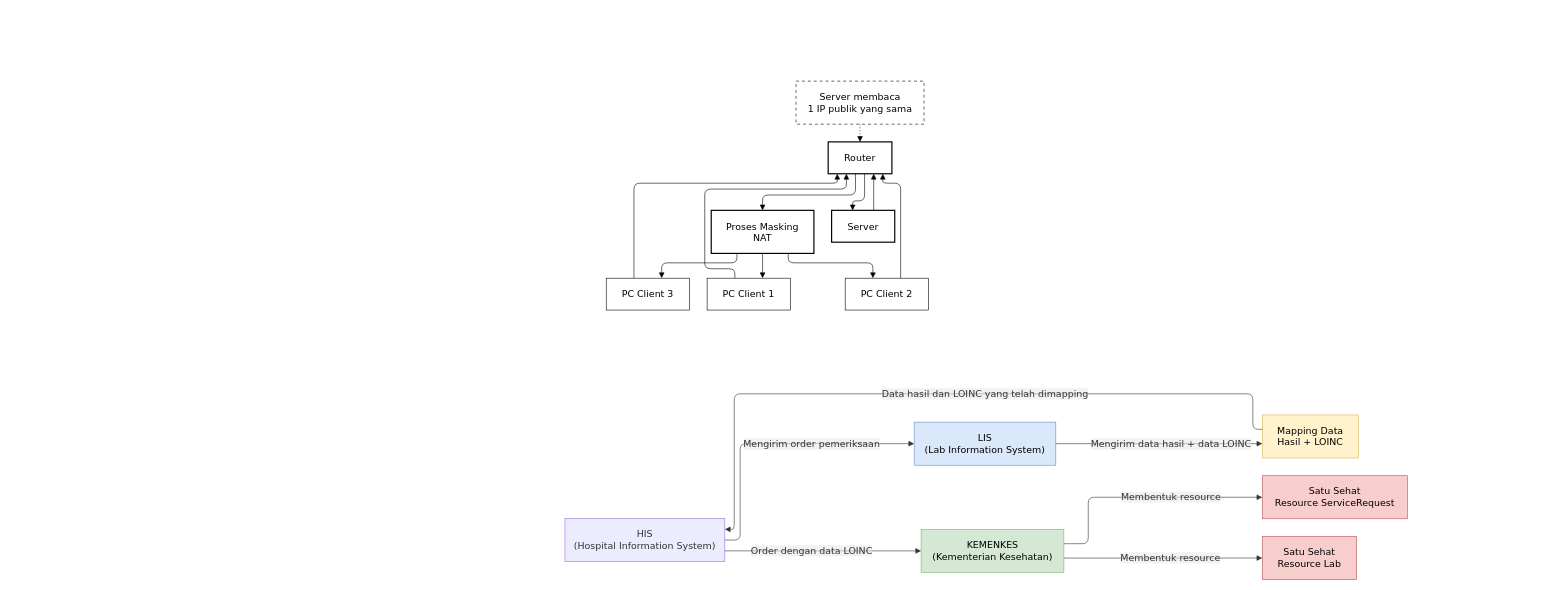
This is satu sehat lab royal.drawio from Akhmad-R-tera/diagram_job, a draw.io file, before an edit. Source tidied: cells renumbered, new cells numbered last; positions are measured from the earlier drawing's top-left corner, leaving out a move shared by most shapes. Both pictures are drawn from the tidied source at 59%, with x=0, y=0 at pixel (10, 10).
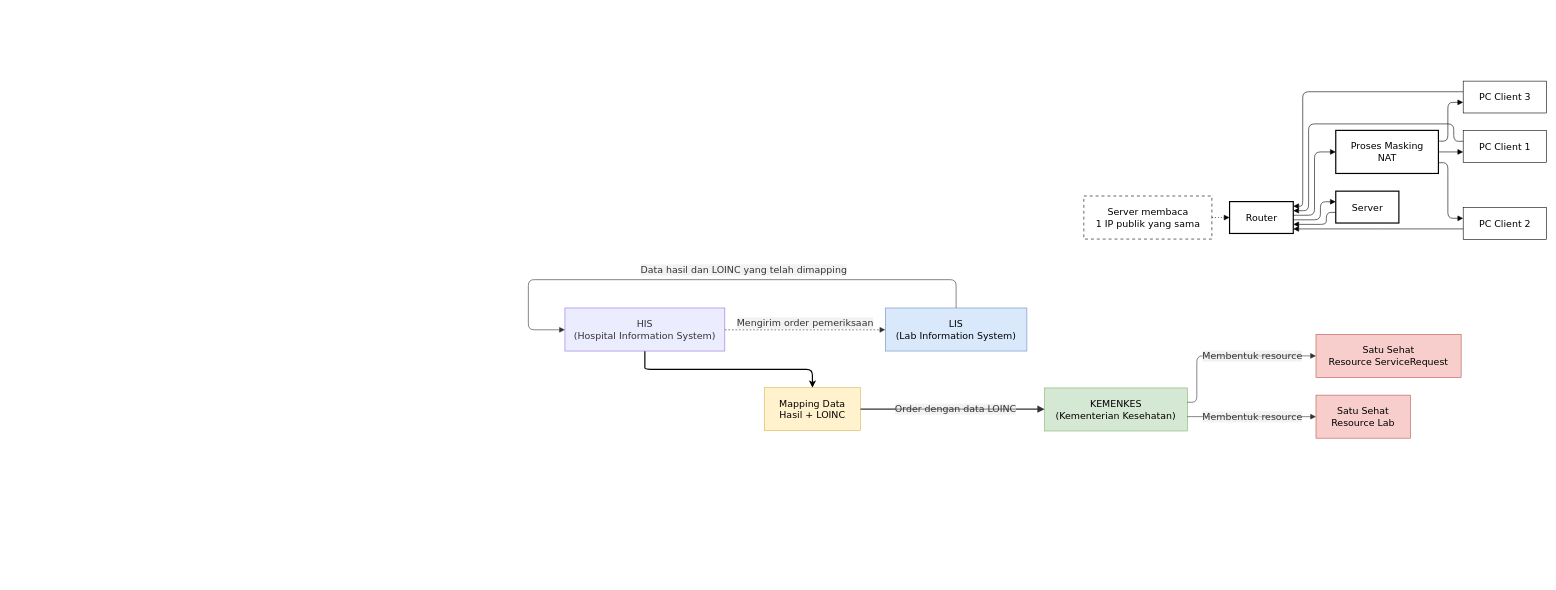
After the change.

Unchanged cells that the change refers to:
```xml
<mxCell id="2" style="group;transparentBounds=1;editIcon=1;lockedGroup=0;groupPadding=10;rounded=0;labelBackgroundColor=none;" parent="1" vertex="1">
  <mxGeometry x="543" as="geometry" />
</mxCell>
<mxCell id="20" style="group;transparentBounds=1;editIcon=1;lockedGroup=0;groupPadding=10;" parent="1" vertex="1">
  <mxGeometry as="geometry" />
</mxCell>
```

Diff of the diagram source:
```diff
@@
     <mxCell id="3" value="Server" style="html=1;whiteSpace=wrap;strokeWidth=2;fontFamily=Trebuchet MS,Verdana,Arial,sans-serif;fontSize=16;rounded=0;labelBackgroundColor=none;" parent="2" vertex="1">
-      <mxGeometry x="849" y="339" width="107" height="54" as="geometry" />
+      <mxGeometry x="1703.5" y="306.5" width="107" height="54" as="geometry" />
     </mxCell>
     <mxCell id="4" value="Router" style="html=1;whiteSpace=wrap;strokeWidth=2;fontFamily=Trebuchet MS,Verdana,Arial,sans-serif;fontSize=16;rounded=0;labelBackgroundColor=none;" parent="2" vertex="1">
-      <mxGeometry x="843.2" y="223" width="108" height="54" as="geometry" />
+      <mxGeometry x="1523.5" y="324.2" width="108" height="54" as="geometry" />
     </mxCell>
     <mxCell id="5" value="Proses Masking&#10;NAT" style="html=1;whiteSpace=wrap;strokeWidth=2;fontFamily=Trebuchet MS,Verdana,Arial,sans-serif;fontSize=16;rounded=0;labelBackgroundColor=none;" parent="2" vertex="1">
-      <mxGeometry x="645" y="339" width="174" height="73" as="geometry" />
+      <mxGeometry x="1703.5" y="203.5" width="174" height="73" as="geometry" />
     </mxCell>
     <mxCell id="6" value="PC Client 1" style="html=1;whiteSpace=wrap;strokeWidth=1;fontFamily=Trebuchet MS,Verdana,Arial,sans-serif;fontSize=16;rounded=0;labelBackgroundColor=none;" parent="2" vertex="1">
-      <mxGeometry x="638" y="454" width="141" height="54" as="geometry" />
+      <mxGeometry x="1919.5" y="204" width="141" height="54" as="geometry" />
     </mxCell>
     <mxCell id="7" value="PC Client 2" style="html=1;whiteSpace=wrap;strokeWidth=1;fontFamily=Trebuchet MS,Verdana,Arial,sans-serif;fontSize=16;rounded=0;labelBackgroundColor=none;" parent="2" vertex="1">
-      <mxGeometry x="872" y="454" width="141" height="54" as="geometry" />
+      <mxGeometry x="1919.5" y="334.5" width="141" height="54" as="geometry" />
     </mxCell>
     <mxCell id="8" value="PC Client 3" style="html=1;whiteSpace=wrap;strokeWidth=1;fontFamily=Trebuchet MS,Verdana,Arial,sans-serif;fontSize=16;rounded=0;labelBackgroundColor=none;" parent="2" vertex="1">
-      <mxGeometry x="467" y="454" width="141" height="54" as="geometry" />
+      <mxGeometry x="1919.5" y="120" width="141" height="54" as="geometry" />
     </mxCell>
     <mxCell id="9" value="Server membaca&#10;1 IP publik yang sama" style="html=1;whiteSpace=wrap;strokeWidth=1;fontFamily=Trebuchet MS,Verdana,Arial,sans-serif;fontSize=16;dashed=1;dashPattern=5 5;fixDash=1;rounded=0;labelBackgroundColor=none;" parent="2" vertex="1">
-      <mxGeometry x="788.7" y="120" width="217" height="73" as="geometry" />
+      <mxGeometry x="1276.5" y="314.7" width="217" height="73" as="geometry" />
     </mxCell>
-    <mxCell id="10" style="curved=0;startArrow=none;endArrow=block;endSize=7;rounded=1;labelBackgroundColor=none;fontColor=default;edgeStyle=orthogonalEdgeStyle;exitX=0.6666;exitY=0;entryX=0.7143;entryY=1;" parent="2" edge="1" source="3" target="4">
+    <mxCell id="10" style="curved=0;startArrow=none;endArrow=block;endSize=7;rounded=1;labelBackgroundColor=none;fontColor=default;edgeStyle=orthogonalEdgeStyle;exitX=0;exitY=0.6667;entryX=1;entryY=0.7144;" parent="2" edge="1" source="3" target="4">
       <mxGeometry relative="1" as="geometry">
         <Array as="points">
-          <mxPoint x="920.3" y="308" />
+          <mxPoint x="1687.5" y="342.5" />
+          <mxPoint x="1687.5" y="362.8" />
         </Array>
       </mxGeometry>
     </mxCell>
-    <mxCell id="11" style="curved=0;startArrow=none;endArrow=block;endSize=7;rounded=1;labelBackgroundColor=none;fontColor=default;edgeStyle=orthogonalEdgeStyle;exitX=0.4286;exitY=1;entryX=0.5;entryY=0;" parent="2" edge="1" source="4" target="5">
+    <mxCell id="11" style="curved=0;startArrow=none;endArrow=block;endSize=7;rounded=1;labelBackgroundColor=none;fontColor=default;edgeStyle=orthogonalEdgeStyle;exitX=1;exitY=0.4287;entryX=0;entryY=0.5;" parent="2" edge="1" source="4" target="5">
       <mxGeometry relative="1" as="geometry">
         <Array as="points">
-          <mxPoint x="889.5" y="313" />
-          <mxPoint x="732" y="313" />
+          <mxPoint x="1667.5" y="347.4" />
+          <mxPoint x="1667.5" y="240" />
         </Array>
       </mxGeometry>
     </mxCell>
-    <mxCell id="12" style="curved=0;startArrow=none;endArrow=block;endSize=7;rounded=1;labelBackgroundColor=none;fontColor=default;edgeStyle=orthogonalEdgeStyle;exitX=0.5;exitY=1;entryX=0.6667;entryY=0;" parent="2" edge="1" source="5" target="6">
+    <mxCell id="12" style="curved=0;startArrow=none;endArrow=block;endSize=7;rounded=1;labelBackgroundColor=none;fontColor=default;edgeStyle=orthogonalEdgeStyle;exitX=1;exitY=0.5;entryX=0;entryY=0.6667;" parent="2" edge="1" source="5" target="6">
       <mxGeometry relative="1" as="geometry">
         <Array as="points">
-          <mxPoint x="732" y="433" />
+          <mxPoint x="1898.5" y="240" />
         </Array>
       </mxGeometry>
     </mxCell>
-    <mxCell id="13" style="curved=0;startArrow=none;endArrow=block;endSize=7;rounded=1;labelBackgroundColor=none;fontColor=default;edgeStyle=orthogonalEdgeStyle;exitX=0.75;exitY=1;entryX=0.3333;entryY=0;" parent="2" edge="1" source="5" target="7">
+    <mxCell id="13" style="curved=0;startArrow=none;endArrow=block;endSize=7;rounded=1;labelBackgroundColor=none;fontColor=default;edgeStyle=orthogonalEdgeStyle;exitX=1;exitY=0.75;entryX=0;entryY=0.3333;" parent="2" edge="1" source="5" target="7">
       <mxGeometry relative="1" as="geometry">
         <Array as="points">
-          <mxPoint x="775.5" y="428" />
-          <mxPoint x="919" y="428" />
+          <mxPoint x="1893.5" y="258.2" />
+          <mxPoint x="1893.5" y="352.5" />
         </Array>
       </mxGeometry>
     </mxCell>
-    <mxCell id="14" style="curved=0;startArrow=none;endArrow=block;endSize=7;rounded=1;labelBackgroundColor=none;fontColor=default;edgeStyle=orthogonalEdgeStyle;exitX=0.25;exitY=1;entryX=0.6667;entryY=0;" parent="2" edge="1" source="5" target="8">
+    <mxCell id="14" style="curved=0;startArrow=none;endArrow=block;endSize=7;rounded=1;labelBackgroundColor=none;fontColor=default;edgeStyle=orthogonalEdgeStyle;exitX=1;exitY=0.25;entryX=0;entryY=0.6667;" parent="2" edge="1" source="5" target="8">
       <mxGeometry relative="1" as="geometry">
         <Array as="points">
-          <mxPoint x="688.5" y="428" />
-          <mxPoint x="561" y="428" />
+          <mxPoint x="1893.5" y="221.8" />
+          <mxPoint x="1893.5" y="156" />
         </Array>
       </mxGeometry>
     </mxCell>
-    <mxCell id="15" style="curved=0;startArrow=none;endArrow=block;endSize=7;rounded=1;labelBackgroundColor=none;fontColor=default;edgeStyle=orthogonalEdgeStyle;exitX=0.3333;exitY=0;entryX=0.2857;entryY=1;" parent="2" edge="1" source="6" target="4">
+    <mxCell id="15" style="curved=0;startArrow=none;endArrow=block;endSize=7;rounded=1;labelBackgroundColor=none;fontColor=default;edgeStyle=orthogonalEdgeStyle;exitX=0;exitY=0.3333;entryX=1;entryY=0.2857;" parent="2" edge="1" source="6" target="4">
       <mxGeometry relative="1" as="geometry">
         <Array as="points">
-          <mxPoint x="685" y="438" />
-          <mxPoint x="634" y="438" />
-          <mxPoint x="634" y="303" />
-          <mxPoint x="874" y="303" />
+          <mxPoint x="1903.5" y="222" />
+          <mxPoint x="1903.5" y="192.5" />
+          <mxPoint x="1657.5" y="192.5" />
+          <mxPoint x="1657.5" y="339.6" />
         </Array>
       </mxGeometry>
     </mxCell>
-    <mxCell id="16" style="curved=0;startArrow=none;endArrow=block;endSize=7;rounded=1;labelBackgroundColor=none;fontColor=default;edgeStyle=orthogonalEdgeStyle;exitX=0.6667;exitY=0;entryX=0.8571;entryY=1;" parent="2" edge="1" source="7" target="4">
+    <mxCell id="16" style="curved=0;startArrow=none;endArrow=block;endSize=7;rounded=1;labelBackgroundColor=none;fontColor=default;edgeStyle=orthogonalEdgeStyle;exitX=0;exitY=0.6667;entryX=1;entryY=0.8572;" parent="2" edge="1" source="7" target="4">
       <mxGeometry relative="1" as="geometry">
         <Array as="points">
-          <mxPoint x="966" y="293" />
-          <mxPoint x="935.8" y="293" />
+          <mxPoint x="1775.5" y="370.5" />
         </Array>
       </mxGeometry>
     </mxCell>
-    <mxCell id="17" style="curved=0;startArrow=none;endArrow=block;endSize=7;rounded=1;labelBackgroundColor=none;fontColor=default;edgeStyle=orthogonalEdgeStyle;exitX=0.3333;exitY=0;entryX=0.1429;entryY=1;" parent="2" edge="1" source="8" target="4">
+    <mxCell id="17" style="curved=0;startArrow=none;endArrow=block;endSize=7;rounded=1;labelBackgroundColor=none;fontColor=default;edgeStyle=orthogonalEdgeStyle;exitX=0;exitY=0.3333;entryX=1;entryY=0.143;" parent="2" edge="1" source="8" target="4">
       <mxGeometry relative="1" as="geometry">
         <Array as="points">
-          <mxPoint x="514" y="293" />
-          <mxPoint x="858.6" y="293" />
+          <mxPoint x="1647.5" y="138" />
+          <mxPoint x="1647.5" y="331.9" />
         </Array>
       </mxGeometry>
     </mxCell>
-    <mxCell id="18" style="curved=0;startArrow=none;endArrow=block;endSize=7;rounded=1;labelBackgroundColor=none;fontColor=default;edgeStyle=orthogonalEdgeStyle;exitX=0.5714;exitY=1;entryX=0.3334;entryY=0;" parent="2" edge="1" source="4" target="3">
+    <mxCell id="18" style="curved=0;startArrow=none;endArrow=block;endSize=7;rounded=1;labelBackgroundColor=none;fontColor=default;edgeStyle=orthogonalEdgeStyle;exitX=1;exitY=0.5715;entryX=0;entryY=0.3333;" parent="2" edge="1" source="4" target="3">
       <mxGeometry relative="1" as="geometry">
         <Array as="points">
-          <mxPoint x="904.9" y="323" />
-          <mxPoint x="884.7" y="323" />
+          <mxPoint x="1677.5" y="355.1" />
+          <mxPoint x="1677.5" y="324.5" />
         </Array>
       </mxGeometry>
     </mxCell>
-    <mxCell id="19" style="curved=0;dashed=1;dashPattern=2 3;fixDash=1;startArrow=none;endArrow=block;endSize=7;rounded=1;labelBackgroundColor=none;fontColor=default;edgeStyle=orthogonalEdgeStyle;exitX=0.5;exitY=1;entryX=0.5;entryY=0;" parent="2" edge="1" source="9" target="4">
+    <mxCell id="19" style="curved=0;dashed=1;dashPattern=2 3;fixDash=1;startArrow=none;endArrow=block;endSize=7;rounded=1;labelBackgroundColor=none;fontColor=default;edgeStyle=orthogonalEdgeStyle;exitX=1;exitY=0.5;entryX=0;entryY=0.5;" parent="2" edge="1" source="9" target="4">
       <mxGeometry relative="1" as="geometry">
         <Array as="points">
-          <mxPoint x="897.2" y="208" />
+          <mxPoint x="1508.5" y="351.2" />
         </Array>
       </mxGeometry>
     </mxCell>
@@
+    <mxCell id="33" style="edgeStyle=orthogonalEdgeStyle;rounded=1;jettySize=auto;html=1;exitX=0.5;exitY=1;exitDx=0;exitDy=0;entryX=0.5;entryY=0;entryDx=0;entryDy=0;curved=0;strokeWidth=2;" parent="20" edge="1" source="21" target="23">
+      <mxGeometry relative="1" as="geometry">
+        <Array as="points">
+          <mxPoint x="1075.5" y="598.5" />
+          <mxPoint x="1075.5" y="608.5" />
+          <mxPoint x="1359.5" y="608.5" />
+          <mxPoint x="1359.5" y="618.5" />
+        </Array>
+      </mxGeometry>
+    </mxCell>
     <mxCell id="21" value="HIS&#10;(Hospital Information System)" style="html=1;whiteSpace=wrap;strokeWidth=1;fillColor=light-dark(#ECECFF,#1f2020);strokeColor=light-dark(#9370DB,#cccccc);fontColor=light-dark(#333333,#cccccc);fontFamily=Trebuchet MS,Verdana,Arial,sans-serif;fontSize=16;" parent="20" vertex="1">
-      <mxGeometry x="940" y="861.4" width="271" height="73" as="geometry" />
+      <mxGeometry x="940" y="504.5" width="271" height="73" as="geometry" />
     </mxCell>
     <mxCell id="22" value="LIS&#10;(Lab Information System)" style="html=1;whiteSpace=wrap;strokeWidth=1;fillColor=#dae8fc;strokeColor=#6c8ebf;fontFamily=Trebuchet MS,Verdana,Arial,sans-serif;fontSize=16;" parent="20" vertex="1">
-      <mxGeometry x="1532" y="698" width="240" height="73" as="geometry" />
+      <mxGeometry x="1483" y="504.5" width="240" height="73" as="geometry" />
     </mxCell>
     <mxCell id="23" value="Mapping Data&#10;Hasil + LOINC" style="html=1;whiteSpace=wrap;strokeWidth=1;fillColor=#fff2cc;strokeColor=#d6b656;fontFamily=Trebuchet MS,Verdana,Arial,sans-serif;fontSize=16;" parent="20" vertex="1">
-      <mxGeometry x="2122" y="685.8" width="163" height="73" as="geometry" />
+      <mxGeometry x="1278" y="639.5" width="163" height="73" as="geometry" />
     </mxCell>
     <mxCell id="24" value="KEMENKES&#10;(Kementerian Kesehatan)" style="html=1;whiteSpace=wrap;strokeWidth=1;fillColor=#d5e8d4;strokeColor=#82b366;fontFamily=Trebuchet MS,Verdana,Arial,sans-serif;fontSize=16;" parent="20" vertex="1">
-      <mxGeometry x="1543.7" y="879.7" width="242" height="73" as="geometry" />
+      <mxGeometry x="1753" y="640" width="242" height="73" as="geometry" />
     </mxCell>
     <mxCell id="25" value="Satu Sehat&#10;Resource ServiceRequest" style="html=1;whiteSpace=wrap;strokeWidth=1;fillColor=#f8cecc;strokeColor=#b85450;fontFamily=Trebuchet MS,Verdana,Arial,sans-serif;fontSize=16;" parent="20" vertex="1">
-      <mxGeometry x="2122" y="788.8" width="246" height="73" as="geometry" />
+      <mxGeometry x="2213" y="549.2" width="246" height="73" as="geometry" />
     </mxCell>
     <mxCell id="26" value="Satu Sehat&#10;Resource Lab" style="html=1;whiteSpace=wrap;strokeWidth=1;fillColor=#f8cecc;strokeColor=#b85450;fontFamily=Trebuchet MS,Verdana,Arial,sans-serif;fontSize=16;" parent="20" vertex="1">
-      <mxGeometry x="2122" y="891.8" width="160" height="73" as="geometry" />
+      <mxGeometry x="2213" y="652.2" width="160" height="73" as="geometry" />
     </mxCell>
-    <mxCell id="27" value="Mengirim order pemeriksaan" style="curved=0;startArrow=none;endArrow=block;endSize=7;strokeColor=light-dark(#333333,#cccccc);html=1;fontSize=16;labelBackgroundColor=light-dark(#E8E8E88D,#2a2a2a8D);fontFamily=Trebuchet MS,Verdana,Arial,sans-serif;fontColor=light-dark(#333333,#cccccc);rounded=1;edgeStyle=orthogonalEdgeStyle;exitX=1;exitY=0.5;entryX=0;entryY=0.5;" parent="20" edge="1" source="21" target="22">
-      <mxGeometry relative="1" as="geometry">
+    <mxCell id="27" value="Mengirim order pemeriksaan" style="curved=0;startArrow=none;endArrow=block;endSize=7;strokeColor=light-dark(#333333,#cccccc);html=1;fontSize=16;labelBackgroundColor=light-dark(#E8E8E88D,#2a2a2a8D);fontFamily=Trebuchet MS,Verdana,Arial,sans-serif;fontColor=light-dark(#333333,#cccccc);rounded=1;edgeStyle=orthogonalEdgeStyle;dashed=1;exitX=1;exitY=0.5068;entryX=0;entryY=0.5068;" parent="20" edge="1" source="21" target="22">
+      <mxGeometry y="12" relative="1" as="geometry">
         <Array as="points">
-          <mxPoint x="1237" y="897.9" />
-          <mxPoint x="1237" y="734.5" />
+          <mxPoint x="1347" y="541.5" />
         </Array>
-        <mxPoint x="68.2" as="offset" />
       </mxGeometry>
     </mxCell>
-    <mxCell id="28" value="Mengirim data hasil + data LOINC" style="curved=0;startArrow=none;endArrow=block;endSize=7;strokeColor=light-dark(#333333,#cccccc);html=1;fontSize=16;labelBackgroundColor=light-dark(#E8E8E88D,#2a2a2a8D);fontFamily=Trebuchet MS,Verdana,Arial,sans-serif;fontColor=light-dark(#333333,#cccccc);rounded=1;edgeStyle=orthogonalEdgeStyle;exitX=1;exitY=0.5;entryX=0;entryY=0.6667;" parent="20" edge="1" source="22" target="23">
-      <mxGeometry relative="1" as="geometry">
-        <Array as="points">
-          <mxPoint x="1947" y="734.5" />
-        </Array>
-        <mxPoint x="19.5" as="offset" />
-      </mxGeometry>
-    </mxCell>
-    <mxCell id="29" value="Data hasil dan LOINC yang telah dimapping" style="curved=0;startArrow=none;endArrow=block;endSize=7;strokeColor=light-dark(#333333,#cccccc);html=1;fontSize=16;labelBackgroundColor=light-dark(#E8E8E88D,#2a2a2a8D);fontFamily=Trebuchet MS,Verdana,Arial,sans-serif;fontColor=light-dark(#333333,#cccccc);rounded=1;edgeStyle=orthogonalEdgeStyle;exitX=0;exitY=0.3333;entryX=1;entryY=0.25;" parent="20" edge="1" source="23" target="21">
-      <mxGeometry relative="1" as="geometry">
+    <mxCell id="29" value="Data hasil dan LOINC yang telah dimapping" style="curved=0;startArrow=none;endArrow=block;endSize=7;strokeColor=light-dark(#333333,#cccccc);html=1;fontSize=16;labelBackgroundColor=light-dark(#E8E8E88D,#2a2a2a8D);fontFamily=Trebuchet MS,Verdana,Arial,sans-serif;fontColor=light-dark(#333333,#cccccc);rounded=1;edgeStyle=orthogonalEdgeStyle;exitX=0.5;exitY=0;exitDx=0;exitDy=0;entryX=0;entryY=0.5068;" parent="20" edge="1" source="22" target="21">
+      <mxGeometry x="-0.11" y="-17" relative="1" as="geometry">
         <Array as="points">
-          <mxPoint x="2106" y="710.2" />
-          <mxPoint x="2106" y="650" />
-          <mxPoint x="1227" y="650" />
-          <mxPoint x="1227" y="879.7" />
+          <mxPoint x="1603" y="493.5" />
+          <mxPoint x="1603" y="456.5" />
+          <mxPoint x="878" y="456.5" />
+          <mxPoint x="878" y="541.5" />
         </Array>
-        <mxPoint x="70.2" as="offset" />
+        <mxPoint x="1" as="offset" />
       </mxGeometry>
     </mxCell>
-    <mxCell id="30" value="Order dengan data LOINC" style="curved=0;startArrow=none;endArrow=block;endSize=7;strokeColor=light-dark(#333333,#cccccc);html=1;fontSize=16;labelBackgroundColor=light-dark(#E8E8E88D,#2a2a2a8D);fontFamily=Trebuchet MS,Verdana,Arial,sans-serif;fontColor=light-dark(#333333,#cccccc);rounded=1;edgeStyle=orthogonalEdgeStyle;exitX=1;exitY=0.75;entryX=0;entryY=0.5;" parent="20" edge="1" source="21" target="24">
+    <mxCell id="30" value="Order dengan data LOINC" style="curved=0;startArrow=none;endArrow=block;endSize=7;strokeColor=light-dark(#333333,#cccccc);html=1;fontSize=16;labelBackgroundColor=light-dark(#E8E8E88D,#2a2a2a8D);fontFamily=Trebuchet MS,Verdana,Arial,sans-serif;fontColor=light-dark(#333333,#cccccc);rounded=1;edgeStyle=orthogonalEdgeStyle;exitX=1;exitY=0.5;exitDx=0;exitDy=0;entryX=0;entryY=0.4932;strokeWidth=2;" parent="20" edge="1" source="23" target="24">
       <mxGeometry relative="1" as="geometry">
         <Array as="points">
-          <mxPoint x="1377.3" y="916.2" />
+          <mxPoint x="1452" y="676" />
         </Array>
-        <mxPoint x="-19.3" as="offset" />
+        <mxPoint x="5.5" as="offset" />
       </mxGeometry>
     </mxCell>
-    <mxCell id="31" value="Membentuk resource" style="curved=0;startArrow=none;endArrow=block;endSize=7;strokeColor=light-dark(#333333,#cccccc);html=1;fontSize=16;labelBackgroundColor=light-dark(#E8E8E88D,#2a2a2a8D);fontFamily=Trebuchet MS,Verdana,Arial,sans-serif;fontColor=light-dark(#333333,#cccccc);rounded=1;edgeStyle=orthogonalEdgeStyle;exitX=1;exitY=0.3334;entryX=0;entryY=0.5;" parent="20" edge="1" source="24" target="25">
+    <mxCell id="31" value="Membentuk resource" style="curved=0;startArrow=none;endArrow=block;endSize=7;strokeColor=light-dark(#333333,#cccccc);html=1;fontSize=16;labelBackgroundColor=light-dark(#E8E8E88D,#2a2a2a8D);fontFamily=Trebuchet MS,Verdana,Arial,sans-serif;fontColor=light-dark(#333333,#cccccc);rounded=1;edgeStyle=orthogonalEdgeStyle;exitX=1;exitY=0.3333;entryX=0;entryY=0.5;" parent="20" edge="1" source="24" target="25">
       <mxGeometry relative="1" as="geometry">
         <Array as="points">
-          <mxPoint x="1827" y="904" />
-          <mxPoint x="1827" y="825.3" />
+          <mxPoint x="2011" y="664.3" />
+          <mxPoint x="2011" y="585.7" />
         </Array>
-        <mxPoint x="52" as="offset" />
+        <mxPoint x="40.3" as="offset" />
       </mxGeometry>
     </mxCell>
     <mxCell id="32" value="Membentuk resource" style="curved=0;startArrow=none;endArrow=block;endSize=7;strokeColor=light-dark(#333333,#cccccc);html=1;fontSize=16;labelBackgroundColor=light-dark(#E8E8E88D,#2a2a2a8D);fontFamily=Trebuchet MS,Verdana,Arial,sans-serif;fontColor=light-dark(#333333,#cccccc);rounded=1;edgeStyle=orthogonalEdgeStyle;exitX=1;exitY=0.6667;entryX=0;entryY=0.5;" parent="20" edge="1" source="24" target="26">
       <mxGeometry relative="1" as="geometry">
         <Array as="points">
-          <mxPoint x="1953.8" y="928.3" />
+          <mxPoint x="2104" y="688.7" />
         </Array>
-        <mxPoint x="12.7" as="offset" />
+        <mxPoint x="1" as="offset" />
       </mxGeometry>
     </mxCell>
```
